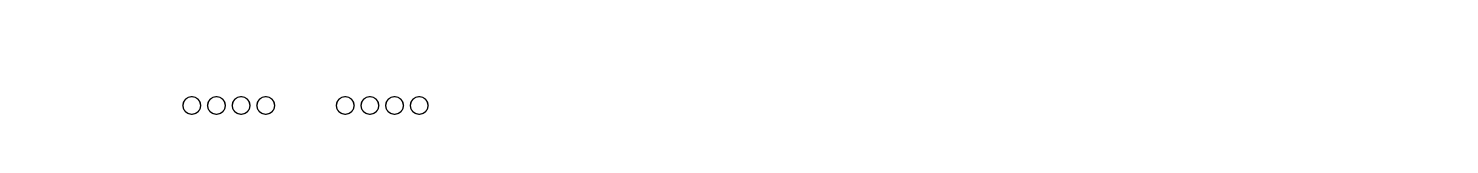
The draw.io diagram 未命名绘图.drawio in LiLiJacky/graphData, before the edit. Source tidied: cells renumbered, new cells numbered last; positions are measured from the earlier drawing's top-left corner, leaving out a move shared by most shapes. Both pictures are drawn from the tidied source at 137%, with x=0, y=0 at pixel (182, 96).
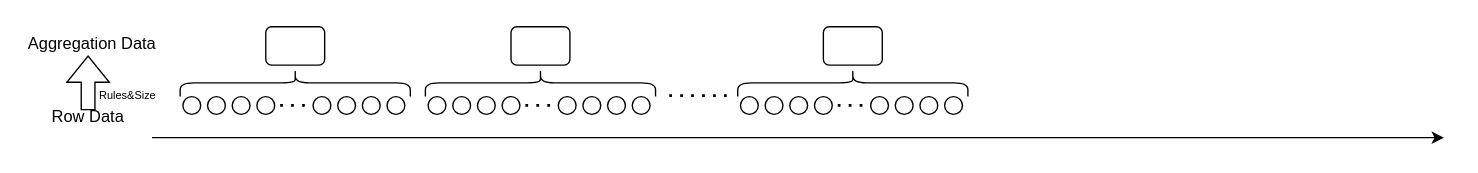
After the change.

Change to the diagram source:
```diff
@@
     <mxCell id="6" style="ellipse;whiteSpace=wrap;html=1;" parent="1" vertex="1">
-      <mxGeometry x="112" width="13" height="13" as="geometry" />
+      <mxGeometry x="95" width="13" height="13" as="geometry" />
     </mxCell>
     <mxCell id="7" style="ellipse;whiteSpace=wrap;html=1;" parent="1" vertex="1">
-      <mxGeometry x="130" width="13" height="13" as="geometry" />
+      <mxGeometry x="113" width="13" height="13" as="geometry" />
     </mxCell>
     <mxCell id="8" style="ellipse;whiteSpace=wrap;html=1;" parent="1" vertex="1">
-      <mxGeometry x="148" width="13" height="13" as="geometry" />
+      <mxGeometry x="131" width="13" height="13" as="geometry" />
     </mxCell>
     <mxCell id="9" style="ellipse;whiteSpace=wrap;html=1;" parent="1" vertex="1">
-      <mxGeometry x="166" width="13" height="13" as="geometry" />
+      <mxGeometry x="149" width="13" height="13" as="geometry" />
     </mxCell>
+    <mxCell id="10" style="endArrow=none;dashed=1;html=1;dashPattern=1 3;strokeWidth=2;rounded=0;" parent="1" edge="1">
+      <mxGeometry relative="1" as="geometry">
+        <mxPoint x="71" y="6.4" as="sourcePoint" />
+        <mxPoint x="91" y="6.4" as="targetPoint" />
+      </mxGeometry>
+    </mxCell>
+    <mxCell id="11" style="shape=curlyBracket;whiteSpace=wrap;html=1;rounded=1;flipH=1;labelPosition=right;verticalLabelPosition=middle;align=left;verticalAlign=middle;flipV=1;direction=north;" parent="1" vertex="1">
+      <mxGeometry x="-2" y="-20" width="168" height="20" as="geometry" />
+    </mxCell>
+    <mxCell id="12" style="rounded=1;whiteSpace=wrap;html=1;" parent="1" vertex="1">
+      <mxGeometry x="60.5" y="-51" width="43" height="28" as="geometry" />
+    </mxCell>
+    <mxCell id="13" style="endArrow=classic;html=1;rounded=0;" parent="1" edge="1">
+      <mxGeometry relative="1" as="geometry">
+        <mxPoint x="-22.5" y="30" as="sourcePoint" />
+        <mxPoint x="920.5" y="30" as="targetPoint" />
+      </mxGeometry>
+    </mxCell>
+    <mxCell id="14" style="ellipse;whiteSpace=wrap;html=1;" parent="1" vertex="1">
+      <mxGeometry x="179" width="13" height="13" as="geometry" />
+    </mxCell>
+    <mxCell id="15" style="ellipse;whiteSpace=wrap;html=1;" parent="1" vertex="1">
+      <mxGeometry x="197" width="13" height="13" as="geometry" />
+    </mxCell>
+    <mxCell id="16" style="ellipse;whiteSpace=wrap;html=1;" parent="1" vertex="1">
+      <mxGeometry x="215" width="13" height="13" as="geometry" />
+    </mxCell>
+    <mxCell id="17" style="ellipse;whiteSpace=wrap;html=1;" parent="1" vertex="1">
+      <mxGeometry x="233" width="13" height="13" as="geometry" />
+    </mxCell>
+    <mxCell id="18" style="ellipse;whiteSpace=wrap;html=1;" parent="1" vertex="1">
+      <mxGeometry x="274" width="13" height="13" as="geometry" />
+    </mxCell>
+    <mxCell id="19" style="ellipse;whiteSpace=wrap;html=1;" parent="1" vertex="1">
+      <mxGeometry x="292" width="13" height="13" as="geometry" />
+    </mxCell>
+    <mxCell id="20" style="ellipse;whiteSpace=wrap;html=1;" parent="1" vertex="1">
+      <mxGeometry x="310" width="13" height="13" as="geometry" />
+    </mxCell>
+    <mxCell id="21" style="ellipse;whiteSpace=wrap;html=1;" parent="1" vertex="1">
+      <mxGeometry x="328" width="13" height="13" as="geometry" />
+    </mxCell>
+    <mxCell id="22" style="endArrow=none;dashed=1;html=1;dashPattern=1 3;strokeWidth=2;rounded=0;" parent="1" edge="1">
+      <mxGeometry relative="1" as="geometry">
+        <mxPoint x="250" y="6.4" as="sourcePoint" />
+        <mxPoint x="270" y="6.4" as="targetPoint" />
+      </mxGeometry>
+    </mxCell>
+    <mxCell id="23" style="shape=curlyBracket;whiteSpace=wrap;html=1;rounded=1;flipH=1;labelPosition=right;verticalLabelPosition=middle;align=left;verticalAlign=middle;flipV=1;direction=north;" parent="1" vertex="1">
+      <mxGeometry x="177" y="-20" width="168" height="20" as="geometry" />
+    </mxCell>
+    <mxCell id="24" style="rounded=1;whiteSpace=wrap;html=1;" parent="1" vertex="1">
+      <mxGeometry x="239.5" y="-51" width="43" height="28" as="geometry" />
+    </mxCell>
+    <mxCell id="25" style="endArrow=none;dashed=1;html=1;dashPattern=1 3;strokeWidth=2;rounded=0;" parent="1" edge="1">
+      <mxGeometry relative="1" as="geometry">
+        <mxPoint x="355" y="-0.7" as="sourcePoint" />
+        <mxPoint x="397" y="-0.7" as="targetPoint" />
+      </mxGeometry>
+    </mxCell>
+    <mxCell id="26" style="ellipse;whiteSpace=wrap;html=1;" parent="1" vertex="1">
+      <mxGeometry x="407" width="13" height="13" as="geometry" />
+    </mxCell>
+    <mxCell id="27" style="ellipse;whiteSpace=wrap;html=1;" parent="1" vertex="1">
+      <mxGeometry x="425" width="13" height="13" as="geometry" />
+    </mxCell>
+    <mxCell id="28" style="ellipse;whiteSpace=wrap;html=1;" parent="1" vertex="1">
+      <mxGeometry x="443" width="13" height="13" as="geometry" />
+    </mxCell>
+    <mxCell id="29" style="ellipse;whiteSpace=wrap;html=1;" parent="1" vertex="1">
+      <mxGeometry x="461" width="13" height="13" as="geometry" />
+    </mxCell>
+    <mxCell id="30" style="ellipse;whiteSpace=wrap;html=1;" parent="1" vertex="1">
+      <mxGeometry x="502" width="13" height="13" as="geometry" />
+    </mxCell>
+    <mxCell id="31" style="ellipse;whiteSpace=wrap;html=1;" parent="1" vertex="1">
+      <mxGeometry x="520" width="13" height="13" as="geometry" />
+    </mxCell>
+    <mxCell id="32" style="ellipse;whiteSpace=wrap;html=1;" parent="1" vertex="1">
+      <mxGeometry x="538" width="13" height="13" as="geometry" />
+    </mxCell>
+    <mxCell id="33" style="ellipse;whiteSpace=wrap;html=1;" parent="1" vertex="1">
+      <mxGeometry x="556" width="13" height="13" as="geometry" />
+    </mxCell>
+    <mxCell id="34" style="endArrow=none;dashed=1;html=1;dashPattern=1 3;strokeWidth=2;rounded=0;" parent="1" edge="1">
+      <mxGeometry relative="1" as="geometry">
+        <mxPoint x="478" y="6.4" as="sourcePoint" />
+        <mxPoint x="498" y="6.4" as="targetPoint" />
+      </mxGeometry>
+    </mxCell>
+    <mxCell id="35" style="shape=curlyBracket;whiteSpace=wrap;html=1;rounded=1;flipH=1;labelPosition=right;verticalLabelPosition=middle;align=left;verticalAlign=middle;flipV=1;direction=north;" parent="1" vertex="1">
+      <mxGeometry x="405" y="-20" width="168" height="20" as="geometry" />
+    </mxCell>
+    <mxCell id="36" style="rounded=1;whiteSpace=wrap;html=1;" parent="1" vertex="1">
+      <mxGeometry x="467.5" y="-51" width="43" height="28" as="geometry" />
+    </mxCell>
+    <mxCell id="37" value="Row Data" style="text;html=1;strokeColor=none;fillColor=none;align=center;verticalAlign=middle;whiteSpace=wrap;rounded=0;" parent="1" vertex="1">
+      <mxGeometry x="-99" width="60" height="30" as="geometry" />
+    </mxCell>
+    <mxCell id="38" value="Aggregation Data" style="text;html=1;strokeColor=none;fillColor=none;align=center;verticalAlign=middle;whiteSpace=wrap;rounded=0;" parent="1" vertex="1">
+      <mxGeometry x="-116" y="-53" width="100" height="30" as="geometry" />
+    </mxCell>
+    <mxCell id="39" style="shape=flexArrow;endArrow=classic;html=1;rounded=0;" parent="1" edge="1">
+      <mxGeometry relative="1" as="geometry">
+        <mxPoint x="-69.2" y="10" as="sourcePoint" />
+        <mxPoint x="-69.2" y="-30" as="targetPoint" />
+      </mxGeometry>
+    </mxCell>
+    <mxCell id="40" value="&lt;font style=&quot;font-size: 8px;&quot;&gt;Rules&amp;amp;Size&lt;/font&gt;" style="text;html=1;strokeColor=none;fillColor=none;align=center;verticalAlign=middle;whiteSpace=wrap;rounded=0;" parent="1" vertex="1">
+      <mxGeometry x="-70" y="-17" width="60" height="30" as="geometry" />
+    </mxCell>
```
